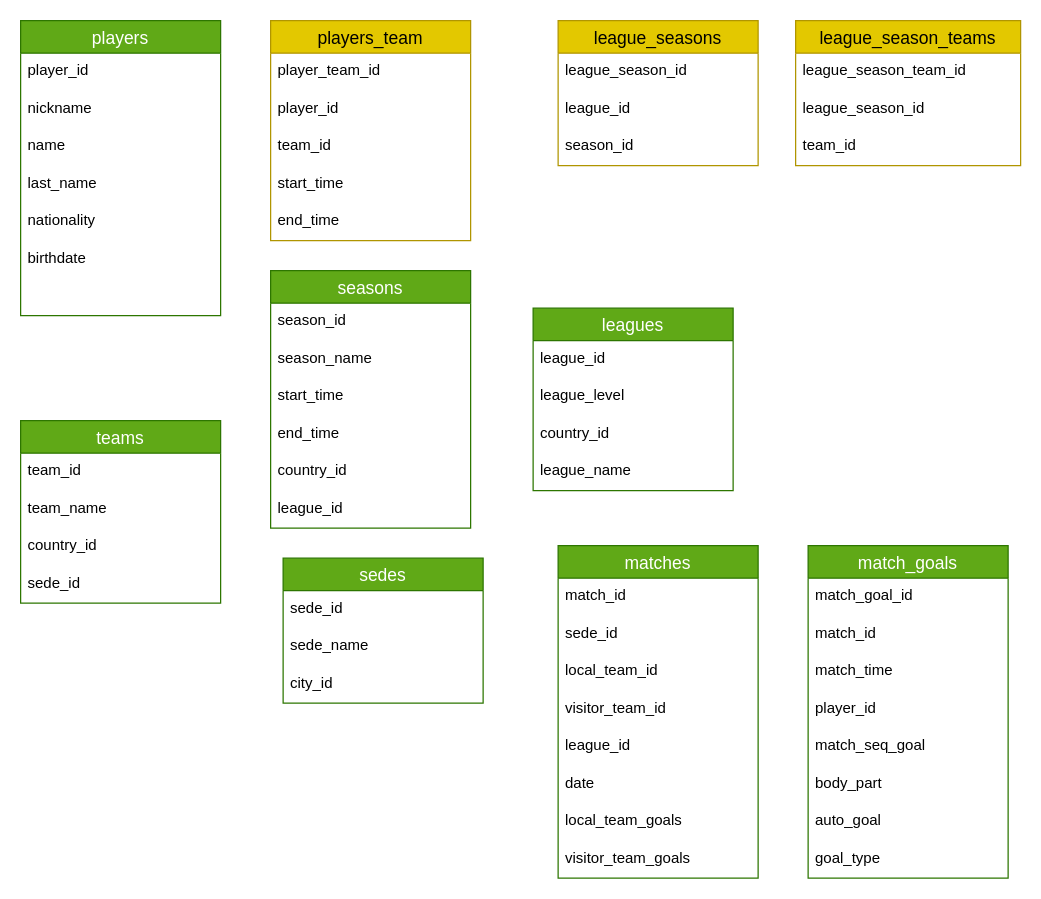
This is page "preliminar" (1 of 2) of soccer_model.drawio from r3card0/soccer.stats, a draw.io file, before an edit. Source tidied: cells renumbered, new cells numbered last; positions are measured from the earlier drawing's top-left corner, leaving out a move shared by most shapes. Both pictures are drawn from the tidied source at 125%, with x=0, y=0 at pixel (20, 20).
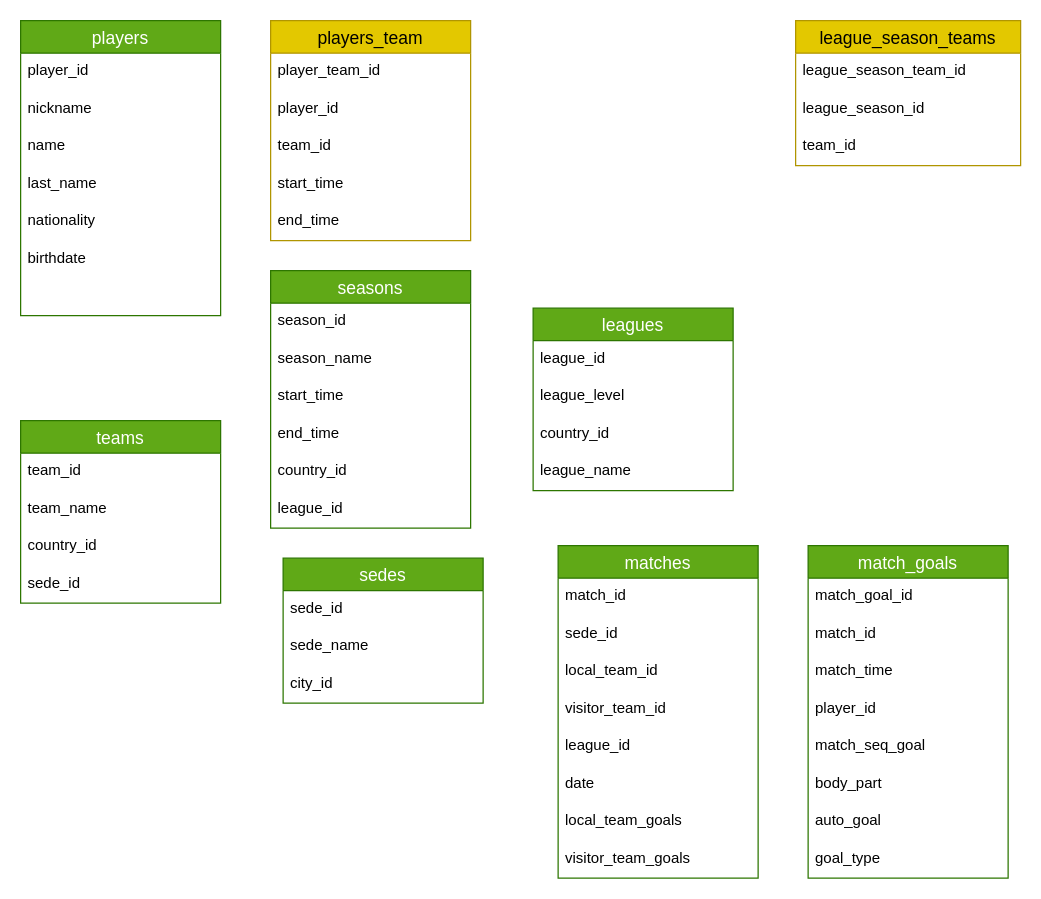
After the change.

Commit message:
delete season_league relation

The edit, as a diff of the source:
```diff
@@
-    <mxCell id="33" value="league_seasons" style="swimlane;fontStyle=0;horizontal=1;startSize=26;align=center;fontSize=14;fillColor=#e3c800;fontColor=#000000;strokeColor=#B09500;" parent="1" vertex="1">
-      <mxGeometry x="430" width="160" height="116" as="geometry" />
-    </mxCell>
-    <mxCell id="34" value="league_season_id" style="text;strokeColor=none;fillColor=none;spacingLeft=4;spacingRight=4;overflow=hidden;fontSize=12;" parent="33" vertex="1">
-      <mxGeometry y="26" width="160" height="30" as="geometry" />
-    </mxCell>
-    <mxCell id="35" value="league_id" style="text;strokeColor=none;fillColor=none;spacingLeft=4;spacingRight=4;overflow=hidden;fontSize=12;" parent="33" vertex="1">
-      <mxGeometry y="56" width="160" height="30" as="geometry" />
-    </mxCell>
-    <mxCell id="36" value="season_id" style="text;strokeColor=none;fillColor=none;spacingLeft=4;spacingRight=4;overflow=hidden;fontSize=12;" parent="33" vertex="1">
-      <mxGeometry y="86" width="160" height="30" as="geometry" />
-    </mxCell>
```
